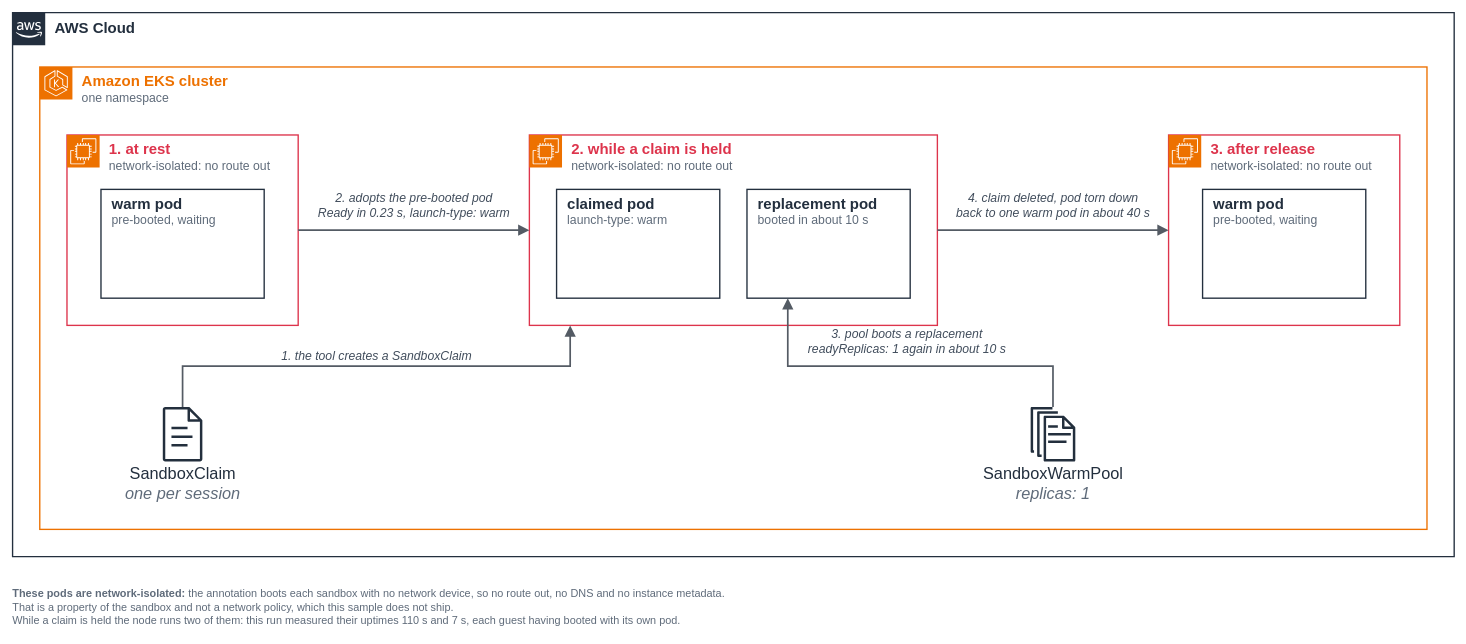
The draw.io diagram examples/agent-sandbox/brain-and-hands/images/figure-2-claim-lifecycle.drawio in aws-samples/sample-eks-nitro-sandbox, before the edit. Source tidied: cells renumbered, new cells numbered last; positions are measured from the earlier drawing's top-left corner, leaving out a move shared by most shapes. Both pictures are drawn from the tidied source at 68%, with x=0, y=0 at pixel (12, 12).
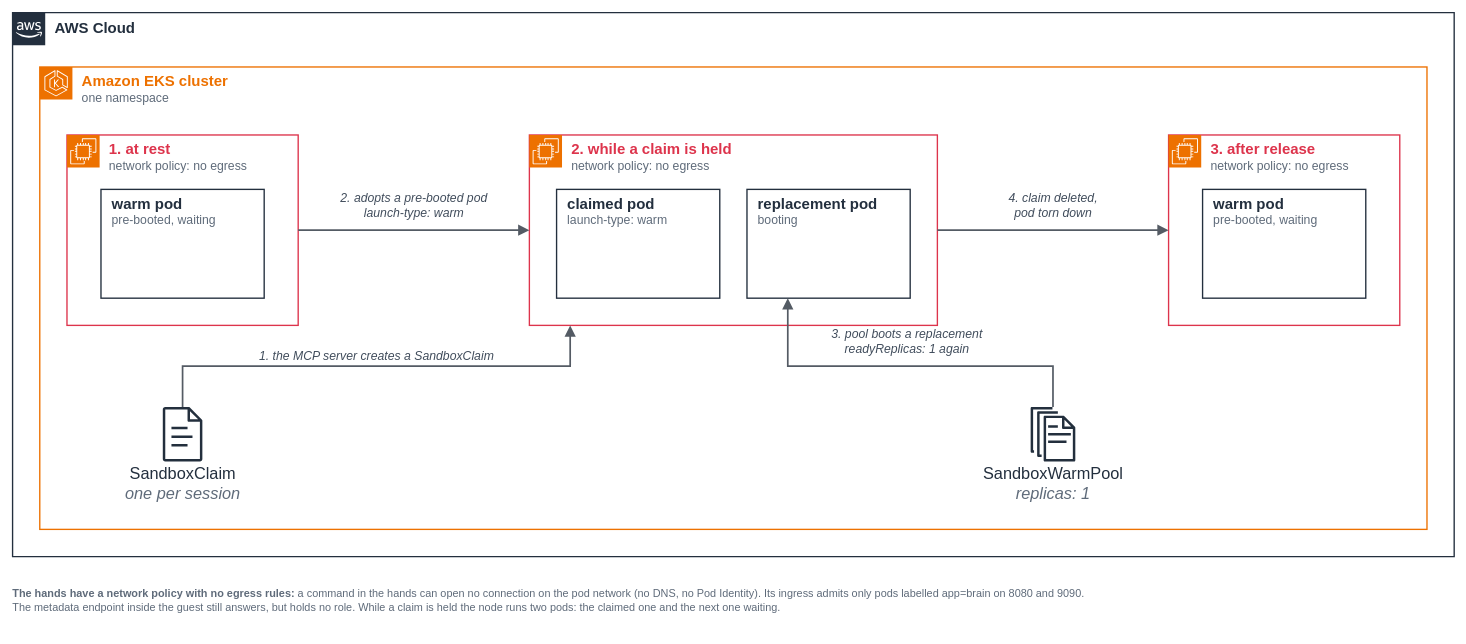
The same page after the edit.

Unchanged cells that the change refers to:
```xml
<mxCell id="15" value="&lt;div style=&quot;line-height:28.80px&quot;&gt;SandboxClaim&lt;/div&gt;&lt;div style=&quot;line-height:27.20px&quot;&gt;&lt;i&gt;&lt;span style=&quot;color:#5F6B7A&quot;&gt;one per session&lt;/span&gt;&lt;/i&gt;&lt;/div&gt;" style="sketch=0;outlineConnect=0;gradientColor=none;fillColor=#232F3D;strokeColor=none;dashed=0;verticalLabelPosition=bottom;verticalAlign=top;align=center;html=1;shape=mxgraph.aws4.document;spacing=0;fontSize=24;fontColor=#232F3E;fontStyle=0;fontFamily=Arial,Helvetica,sans-serif;" parent="1" vertex="1">
  <mxGeometry x="210" y="580" width="80" height="80" as="geometry" />
</mxCell>
<mxCell id="16" value="&lt;div style=&quot;line-height:28.80px&quot;&gt;SandboxWarmPool&lt;/div&gt;&lt;div style=&quot;line-height:27.20px&quot;&gt;&lt;i&gt;&lt;span style=&quot;color:#5F6B7A&quot;&gt;replicas: 1&lt;/span&gt;&lt;/i&gt;&lt;/div&gt;" style="sketch=0;outlineConnect=0;gradientColor=none;fillColor=#232F3D;strokeColor=none;dashed=0;verticalLabelPosition=bottom;verticalAlign=top;align=center;html=1;shape=mxgraph.aws4.documents;spacing=0;fontSize=24;fontColor=#232F3E;fontStyle=0;fontFamily=Arial,Helvetica,sans-serif;" parent="1" vertex="1">
  <mxGeometry x="1490" y="580" width="80" height="80" as="geometry" />
</mxCell>
```

Diff of the diagram source:
```diff
@@
-    <mxCell id="5" value="&lt;div style=&quot;font-size:22px;line-height:26.40px&quot;&gt;1. at rest&lt;/div&gt;&lt;div style=&quot;font-size:18px;line-height:22px&quot;&gt;&lt;span style=&quot;font-weight:normal&quot;&gt;&lt;span style=&quot;color:#5F6B7A&quot;&gt;network-isolated: no route out&lt;/span&gt;&lt;/span&gt;&lt;/div&gt;" style="rounded=0;html=1;whiteSpace=nowrap;strokeColor=#DD344C;fillColor=none;strokeWidth=2;dashed=0;verticalAlign=top;align=left;spacing=0;spacingLeft=62;spacingTop=4;fontSize=14;fontStyle=1;fontColor=#DD344C;fontFamily=Arial,Helvetica,sans-serif;" parent="1" vertex="1">
+    <mxCell id="5" value="&lt;div style=&quot;font-size:22px;line-height:26.40px&quot;&gt;1. at rest&lt;/div&gt;&lt;div style=&quot;font-size:18px;line-height:22px&quot;&gt;&lt;span style=&quot;font-weight:normal&quot;&gt;&lt;span style=&quot;color:#5F6B7A&quot;&gt;network policy: no egress&lt;/span&gt;&lt;/span&gt;&lt;/div&gt;" style="rounded=0;html=1;whiteSpace=nowrap;strokeColor=#DD344C;fillColor=none;strokeWidth=2;dashed=0;verticalAlign=top;align=left;spacing=0;spacingLeft=62;spacingTop=4;fontSize=14;fontStyle=1;fontColor=#DD344C;fontFamily=Arial,Helvetica,sans-serif;" parent="1" vertex="1">
       <mxGeometry x="80" y="180" width="340" height="280" as="geometry" />
     </mxCell>
@@
-    <mxCell id="8" value="&lt;div style=&quot;font-size:22px;line-height:26.40px&quot;&gt;2. while a claim is held&lt;/div&gt;&lt;div style=&quot;font-size:18px;line-height:22px&quot;&gt;&lt;span style=&quot;font-weight:normal&quot;&gt;&lt;span style=&quot;color:#5F6B7A&quot;&gt;network-isolated: no route out&lt;/span&gt;&lt;/span&gt;&lt;/div&gt;" style="rounded=0;html=1;whiteSpace=nowrap;strokeColor=#DD344C;fillColor=none;strokeWidth=2;dashed=0;verticalAlign=top;align=left;spacing=0;spacingLeft=62;spacingTop=4;fontSize=14;fontStyle=1;fontColor=#DD344C;fontFamily=Arial,Helvetica,sans-serif;" parent="1" vertex="1">
+    <mxCell id="8" value="&lt;div style=&quot;font-size:22px;line-height:26.40px&quot;&gt;2. while a claim is held&lt;/div&gt;&lt;div style=&quot;font-size:18px;line-height:22px&quot;&gt;&lt;span style=&quot;font-weight:normal&quot;&gt;&lt;span style=&quot;color:#5F6B7A&quot;&gt;network policy: no egress&lt;/span&gt;&lt;/span&gt;&lt;/div&gt;" style="rounded=0;html=1;whiteSpace=nowrap;strokeColor=#DD344C;fillColor=none;strokeWidth=2;dashed=0;verticalAlign=top;align=left;spacing=0;spacingLeft=62;spacingTop=4;fontSize=14;fontStyle=1;fontColor=#DD344C;fontFamily=Arial,Helvetica,sans-serif;" parent="1" vertex="1">
       <mxGeometry x="760" y="180" width="600" height="280" as="geometry" />
     </mxCell>
@@
-    <mxCell id="11" value="&lt;div style=&quot;font-size:22px;line-height:26.40px&quot;&gt;replacement pod&lt;/div&gt;&lt;div style=&quot;font-size:18px;line-height:22px&quot;&gt;&lt;span style=&quot;font-weight:normal&quot;&gt;&lt;span style=&quot;color:#5F6B7A&quot;&gt;booted in about 10 s&lt;/span&gt;&lt;/span&gt;&lt;/div&gt;" style="rounded=0;html=1;whiteSpace=nowrap;strokeColor=#232F3E;fillColor=none;strokeWidth=2;dashed=0;verticalAlign=top;align=left;spacing=0;spacingLeft=16;spacingTop=4;fontSize=14;fontStyle=1;fontColor=#232F3E;fontFamily=Arial,Helvetica,sans-serif;" parent="1" vertex="1">
+    <mxCell id="11" value="&lt;div style=&quot;font-size:22px;line-height:26.40px&quot;&gt;replacement pod&lt;/div&gt;&lt;div style=&quot;font-size:18px;line-height:22px&quot;&gt;&lt;span style=&quot;font-weight:normal&quot;&gt;&lt;span style=&quot;color:#5F6B7A&quot;&gt;booting&lt;/span&gt;&lt;/span&gt;&lt;/div&gt;" style="rounded=0;html=1;whiteSpace=nowrap;strokeColor=#232F3E;fillColor=none;strokeWidth=2;dashed=0;verticalAlign=top;align=left;spacing=0;spacingLeft=16;spacingTop=4;fontSize=14;fontStyle=1;fontColor=#232F3E;fontFamily=Arial,Helvetica,sans-serif;" parent="1" vertex="1">
       <mxGeometry x="1080" y="260" width="240" height="160" as="geometry" />
     </mxCell>
-    <mxCell id="12" value="&lt;div style=&quot;font-size:22px;line-height:26.40px&quot;&gt;3. after release&lt;/div&gt;&lt;div style=&quot;font-size:18px;line-height:22px&quot;&gt;&lt;span style=&quot;font-weight:normal&quot;&gt;&lt;span style=&quot;color:#5F6B7A&quot;&gt;network-isolated: no route out&lt;/span&gt;&lt;/span&gt;&lt;/div&gt;" style="rounded=0;html=1;whiteSpace=nowrap;strokeColor=#DD344C;fillColor=none;strokeWidth=2;dashed=0;verticalAlign=top;align=left;spacing=0;spacingLeft=62;spacingTop=4;fontSize=14;fontStyle=1;fontColor=#DD344C;fontFamily=Arial,Helvetica,sans-serif;" parent="1" vertex="1">
+    <mxCell id="12" value="&lt;div style=&quot;font-size:22px;line-height:26.40px&quot;&gt;3. after release&lt;/div&gt;&lt;div style=&quot;font-size:18px;line-height:22px&quot;&gt;&lt;span style=&quot;font-weight:normal&quot;&gt;&lt;span style=&quot;color:#5F6B7A&quot;&gt;network policy: no egress&lt;/span&gt;&lt;/span&gt;&lt;/div&gt;" style="rounded=0;html=1;whiteSpace=nowrap;strokeColor=#DD344C;fillColor=none;strokeWidth=2;dashed=0;verticalAlign=top;align=left;spacing=0;spacingLeft=62;spacingTop=4;fontSize=14;fontStyle=1;fontColor=#DD344C;fontFamily=Arial,Helvetica,sans-serif;" parent="1" vertex="1">
       <mxGeometry x="1700" y="180" width="340" height="280" as="geometry" />
     </mxCell>
@@
-    <mxCell id="17" value="1. the tool creates a SandboxClaim" style="edgeStyle=orthogonalEdgeStyle;rounded=0;html=1;strokeColor=#545B64;strokeWidth=2.5;dashed=0;endArrow=block;endFill=1;endSize=10;startArrow=none;exitX=0.5;exitY=0;exitDx=0;exitDy=0;entryX=0.1;entryY=1;entryDx=0;entryDy=0;fontSize=18;fontStyle=2;fontColor=#414D5C;fontFamily=Arial,Helvetica,sans-serif;labelBackgroundColor=none;" parent="1" edge="1" source="15" target="8">
+    <mxCell id="17" value="1. the MCP server creates a SandboxClaim" style="edgeStyle=orthogonalEdgeStyle;rounded=0;html=1;strokeColor=#545B64;strokeWidth=2.5;dashed=0;endArrow=block;endFill=1;endSize=10;startArrow=none;exitX=0.5;exitY=0;exitDx=0;exitDy=0;entryX=0.1;entryY=1;entryDx=0;entryDy=0;fontSize=18;fontStyle=2;fontColor=#414D5C;fontFamily=Arial,Helvetica,sans-serif;labelBackgroundColor=none;" parent="1" edge="1" source="15" target="8">
       <mxGeometry relative="1" as="geometry">
         <Array as="points">
           <mxPoint x="250" y="520" />
           <mxPoint x="820" y="520" />
         </Array>
         <mxPoint y="-15" as="offset" />
       </mxGeometry>
     </mxCell>
-    <mxCell id="18" value="2. adopts the pre-booted pod&lt;br&gt;Ready in 0.23 s, launch-type: warm" style="edgeStyle=orthogonalEdgeStyle;rounded=0;html=1;strokeColor=#545B64;strokeWidth=2.5;dashed=0;endArrow=block;endFill=1;endSize=10;startArrow=none;exitX=1;exitY=0.5;exitDx=0;exitDy=0;entryX=0;entryY=0.5;entryDx=0;entryDy=0;fontSize=18;fontStyle=2;fontColor=#414D5C;fontFamily=Arial,Helvetica,sans-serif;labelBackgroundColor=none;" parent="1" edge="1" source="5" target="8">
+    <mxCell id="18" value="2. adopts a pre-booted pod&lt;br&gt;launch-type: warm" style="edgeStyle=orthogonalEdgeStyle;rounded=0;html=1;strokeColor=#545B64;strokeWidth=2.5;dashed=0;endArrow=block;endFill=1;endSize=10;startArrow=none;exitX=1;exitY=0.5;exitDx=0;exitDy=0;entryX=0;entryY=0.5;entryDx=0;entryDy=0;fontSize=18;fontStyle=2;fontColor=#414D5C;fontFamily=Arial,Helvetica,sans-serif;labelBackgroundColor=none;" parent="1" edge="1" source="5" target="8">
       <mxGeometry relative="1" as="geometry">
         <mxPoint y="-36" as="offset" />
       </mxGeometry>
     </mxCell>
-    <mxCell id="19" value="3. pool boots a replacement&lt;br&gt;readyReplicas: 1 again in about 10 s" style="edgeStyle=orthogonalEdgeStyle;rounded=0;html=1;strokeColor=#545B64;strokeWidth=2.5;dashed=0;endArrow=block;endFill=1;endSize=10;startArrow=none;exitX=0.5;exitY=0;exitDx=0;exitDy=0;entryX=0.25;entryY=1;entryDx=0;entryDy=0;fontSize=18;fontStyle=2;fontColor=#414D5C;fontFamily=Arial,Helvetica,sans-serif;labelBackgroundColor=none;" parent="1" edge="1" source="16" target="11">
+    <mxCell id="19" value="3. pool boots a replacement&lt;br&gt;readyReplicas: 1 again" style="edgeStyle=orthogonalEdgeStyle;rounded=0;html=1;strokeColor=#545B64;strokeWidth=2.5;dashed=0;endArrow=block;endFill=1;endSize=10;startArrow=none;exitX=0.5;exitY=0;exitDx=0;exitDy=0;entryX=0.25;entryY=1;entryDx=0;entryDy=0;fontSize=18;fontStyle=2;fontColor=#414D5C;fontFamily=Arial,Helvetica,sans-serif;labelBackgroundColor=none;" parent="1" edge="1" source="16" target="11">
       <mxGeometry relative="1" as="geometry">
         <Array as="points">
           <mxPoint x="1530" y="520" />
           <mxPoint x="1140" y="520" />
         </Array>
         <mxPoint y="-36" as="offset" />
       </mxGeometry>
     </mxCell>
-    <mxCell id="20" value="4. claim deleted, pod torn down&lt;br&gt;back to one warm pod in about 40 s" style="edgeStyle=orthogonalEdgeStyle;rounded=0;html=1;strokeColor=#545B64;strokeWidth=2.5;dashed=0;endArrow=block;endFill=1;endSize=10;startArrow=none;exitX=1;exitY=0.5;exitDx=0;exitDy=0;entryX=0;entryY=0.5;entryDx=0;entryDy=0;fontSize=18;fontStyle=2;fontColor=#414D5C;fontFamily=Arial,Helvetica,sans-serif;labelBackgroundColor=none;" parent="1" edge="1" source="8" target="12">
+    <mxCell id="20" value="4. claim deleted,&lt;br&gt;pod torn down" style="edgeStyle=orthogonalEdgeStyle;rounded=0;html=1;strokeColor=#545B64;strokeWidth=2.5;dashed=0;endArrow=block;endFill=1;endSize=10;startArrow=none;exitX=1;exitY=0.5;exitDx=0;exitDy=0;entryX=0;entryY=0.5;entryDx=0;entryDy=0;fontSize=18;fontStyle=2;fontColor=#414D5C;fontFamily=Arial,Helvetica,sans-serif;labelBackgroundColor=none;" parent="1" edge="1" source="8" target="12">
       <mxGeometry relative="1" as="geometry">
         <mxPoint y="-36" as="offset" />
       </mxGeometry>
     </mxCell>
-    <mxCell id="21" value="&lt;div style=&quot;line-height:20px&quot;&gt;&lt;b&gt;These pods are network-isolated:&lt;/b&gt; the annotation boots each sandbox with no network device, so no route out, no DNS and no instance metadata.&lt;/div&gt;&lt;div style=&quot;line-height:20px&quot;&gt;That is a property of the sandbox and not a network policy, which this sample does not ship.&lt;/div&gt;&lt;div style=&quot;line-height:20px&quot;&gt;While a claim is held the node runs two of them: this run measured their uptimes 110 s and 7 s, each guest having booted with its own pod.&lt;/div&gt;" style="text;html=1;whiteSpace=nowrap;strokeColor=none;fillColor=none;align=left;verticalAlign=top;spacing=0;fontSize=16;fontColor=#5F6B7A;fontFamily=Arial,Helvetica,sans-serif;" parent="1" vertex="1">
-      <mxGeometry y="840" width="1060" height="72" as="geometry" />
+    <mxCell id="21" value="&lt;div style=&quot;line-height:20px&quot;&gt;&lt;b&gt;The hands have a network policy with no egress rules:&lt;/b&gt; a command in the hands can open no connection on the pod network (no DNS, no Pod Identity). Its ingress admits only pods labelled app=brain on 8080 and 9090.&lt;/div&gt;&lt;div style=&quot;line-height:20px&quot;&gt;The metadata endpoint inside the guest still answers, but holds no role. While a claim is held the node runs two pods: the claimed one and the next one waiting.&lt;/div&gt;" style="text;html=1;whiteSpace=nowrap;strokeColor=none;fillColor=none;align=left;verticalAlign=top;spacing=0;fontSize=16;fontColor=#5F6B7A;fontFamily=Arial,Helvetica,sans-serif;" parent="1" vertex="1">
+      <mxGeometry y="840" width="1060" height="48" as="geometry" />
     </mxCell>
```
